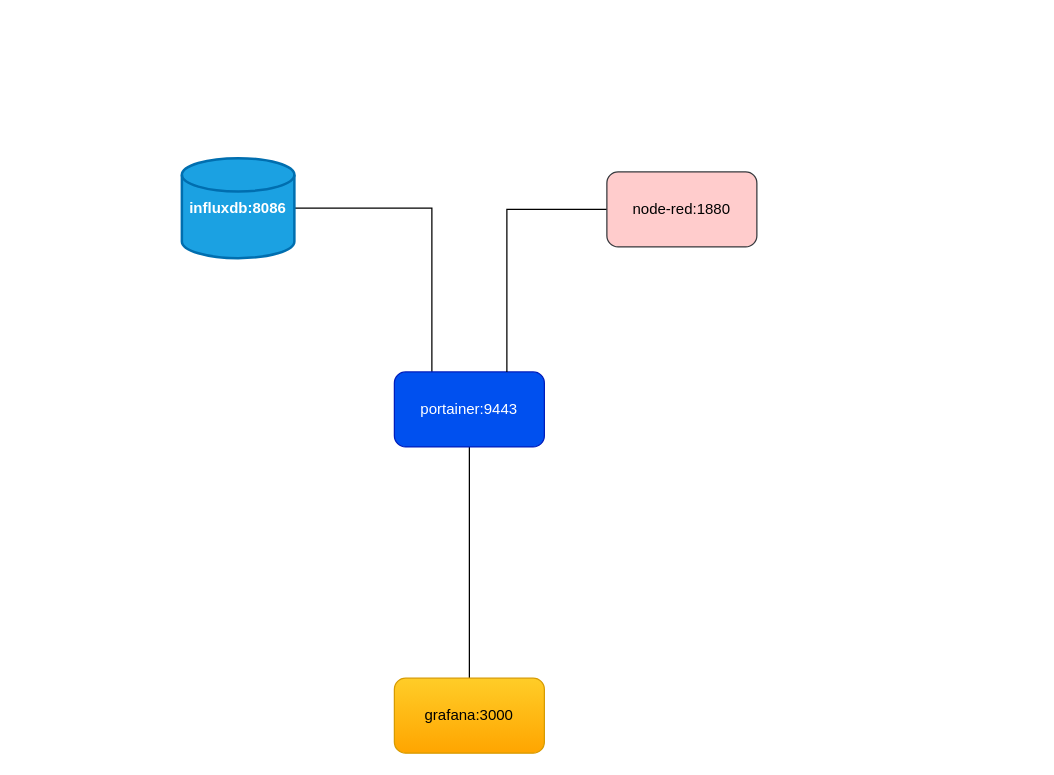
Earlier version of the draw.io diagram Unbenanntes Diagramm.drawio (ffworker/node-red-docker). Source tidied: cells renumbered, new cells numbered last; positions are measured from the earlier drawing's top-left corner, leaving out a move shared by most shapes. Both pictures are drawn from the tidied source at 125%, with x=0, y=0 at pixel (181, 158).
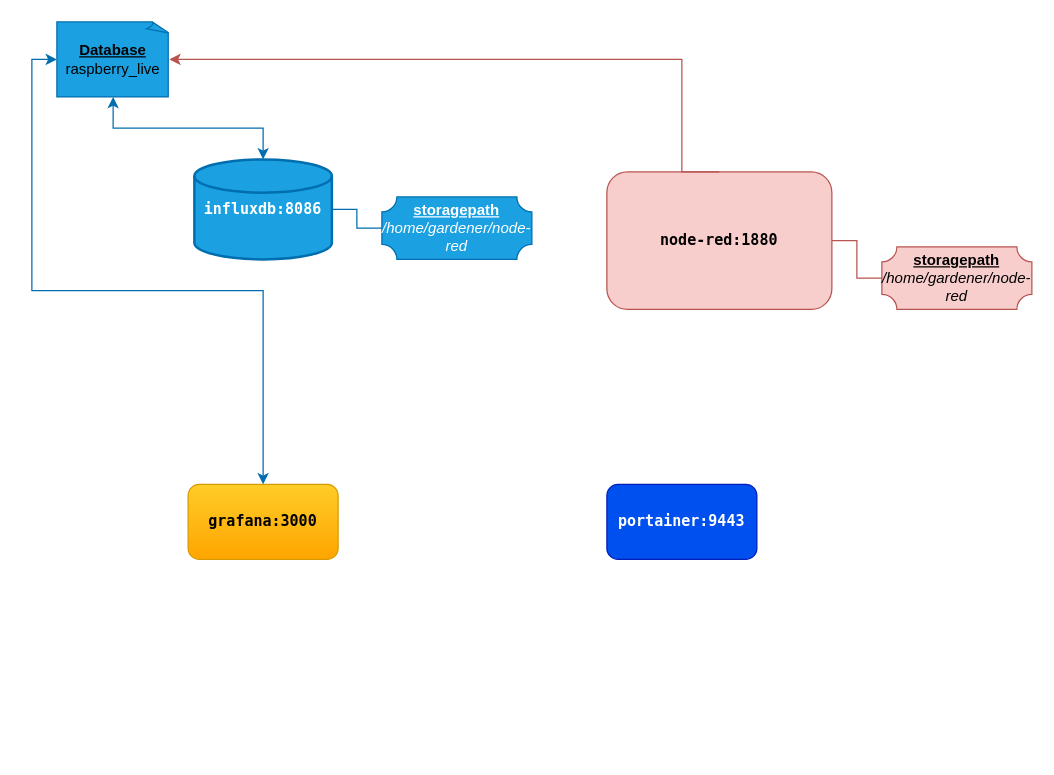
The same page after the edit.

Change to the diagram source:
```diff
@@
 <mxGraphModel>
   <root>
     <mxCell id="0" />
     <mxCell id="1" parent="0" />
-    <mxCell id="2" style="edgeStyle=orthogonalEdgeStyle;rounded=0;jettySize=auto;html=1;exitX=1;exitY=0.5;exitDx=0;exitDy=0;entryX=0.25;entryY=0;entryDx=0;entryDy=0;endArrow=none;endFill=0;exitPerimeter=0;" parent="1" edge="1" source="8" target="5">
-      <mxGeometry relative="1" as="geometry" />
-    </mxCell>
-    <mxCell id="3" style="edgeStyle=orthogonalEdgeStyle;rounded=0;jettySize=auto;html=1;exitX=0.5;exitY=0;exitDx=0;exitDy=0;entryX=0.5;entryY=1;entryDx=0;entryDy=0;endArrow=none;endFill=0;" parent="1" edge="1" source="4" target="5">
-      <mxGeometry relative="1" as="geometry" />
-    </mxCell>
-    <mxCell id="4" value="grafana:3000" style="rounded=1;whiteSpace=wrap;html=1;fillColor=#ffcd28;strokeColor=#d79b00;gradientColor=#ffa500;" parent="1" vertex="1">
-      <mxGeometry x="170" y="416" width="120" height="60" as="geometry" />
+    <mxCell id="4" value="grafana:3000" style="rounded=1;whiteSpace=wrap;html=1;fillColor=#ffcd28;strokeColor=#d79b00;gradientColor=#ffa500;fontStyle=1;fontFamily=Lucida Console;" parent="1" vertex="1">
+      <mxGeometry x="5" y="261" width="120" height="60" as="geometry" />
     </mxCell>
-    <mxCell id="5" value="portainer:9443" style="rounded=1;whiteSpace=wrap;html=1;fillColor=#0050ef;strokeColor=#001DBC;fontColor=#ffffff;" parent="1" vertex="1">
-      <mxGeometry x="170" y="171" width="120" height="60" as="geometry" />
+    <mxCell id="5" value="portainer:9443" style="rounded=1;whiteSpace=wrap;html=1;fillColor=#0050ef;strokeColor=#001DBC;fontColor=#ffffff;fontStyle=1;gradientColor=none;glass=0;shadow=0;labelBorderColor=none;perimeter=rectanglePerimeter;verticalAlign=middle;align=center;horizontal=1;fontFamily=Lucida Console;" parent="1" vertex="1">
+      <mxGeometry x="340" y="261" width="120" height="60" as="geometry" />
     </mxCell>
-    <mxCell id="6" style="edgeStyle=orthogonalEdgeStyle;rounded=0;jettySize=auto;html=1;exitX=0;exitY=0.5;exitDx=0;exitDy=0;entryX=0.75;entryY=0;entryDx=0;entryDy=0;endArrow=none;endFill=0;" parent="1" edge="1" source="7" target="5">
-      <mxGeometry relative="1" as="geometry" />
-    </mxCell>
-    <mxCell id="7" value="node-red:1880" style="rounded=1;whiteSpace=wrap;html=1;fillColor=#ffcccc;strokeColor=#36393d;" parent="1" vertex="1">
-      <mxGeometry x="340" y="11" width="120" height="60" as="geometry" />
+    <mxCell id="7" value="node-red:1880" style="rounded=1;whiteSpace=wrap;html=1;fontStyle=1;fontFamily=Lucida Console;fillColor=#f8cecc;strokeColor=#b85450;" parent="1" vertex="1">
+      <mxGeometry x="340" y="11" width="180" height="110" as="geometry" />
     </mxCell>
-    <mxCell id="8" value="influxdb:8086" style="strokeWidth=2;html=1;shape=mxgraph.flowchart.database;whiteSpace=wrap;fillColor=#1ba1e2;strokeColor=#006EAF;fontColor=#ffffff;fontStyle=1;" parent="1" vertex="1">
-      <mxGeometry width="90" height="80" as="geometry" />
+    <mxCell id="8" value="influxdb:8086" style="strokeWidth=2;html=1;shape=mxgraph.flowchart.database;whiteSpace=wrap;fillColor=#1ba1e2;strokeColor=#006EAF;fontColor=#ffffff;fontStyle=1;fontFamily=Lucida Console;" parent="1" vertex="1">
+      <mxGeometry x="10" y="1" width="110" height="80" as="geometry" />
     </mxCell>
+    <mxCell id="9" style="edgeStyle=orthogonalEdgeStyle;rounded=0;jettySize=auto;html=1;exitX=0.5;exitY=0;exitDx=0;exitDy=0;strokeColor=#b85450;entryX=1;entryY=0.5;entryDx=0;entryDy=0;entryPerimeter=0;fillColor=#f8cecc;" parent="1" edge="1" source="7" target="11">
+      <mxGeometry relative="1" as="geometry">
+        <Array as="points">
+          <mxPoint x="400" y="-79" />
+        </Array>
+      </mxGeometry>
+    </mxCell>
+    <mxCell id="10" style="edgeStyle=orthogonalEdgeStyle;rounded=0;jettySize=auto;html=1;exitX=0;exitY=0.5;exitDx=0;exitDy=0;exitPerimeter=0;entryX=0.5;entryY=0;entryDx=0;entryDy=0;fillColor=#1ba1e2;strokeColor=#006EAF;startArrow=classic;startFill=1;" parent="1" edge="1" source="11" target="4">
+      <mxGeometry relative="1" as="geometry" />
+    </mxCell>
+    <mxCell id="11" value="&lt;b&gt;&lt;u&gt;Database&lt;/u&gt;&lt;/b&gt;&lt;div&gt;raspberry_live&lt;/div&gt;" style="whiteSpace=wrap;html=1;shape=mxgraph.basic.document;fillColor=#1ba1e2;fontColor=#000000;strokeColor=#006EAF;" parent="1" vertex="1">
+      <mxGeometry x="-100" y="-109" width="90" height="60" as="geometry" />
+    </mxCell>
+    <mxCell id="12" style="edgeStyle=orthogonalEdgeStyle;rounded=0;jettySize=auto;html=1;exitX=0.5;exitY=1;exitDx=0;exitDy=0;exitPerimeter=0;entryX=0.5;entryY=0;entryDx=0;entryDy=0;entryPerimeter=0;endArrow=classic;endFill=1;fillColor=#1ba1e2;strokeColor=#006EAF;startArrow=classic;startFill=1;" parent="1" edge="1" source="11" target="8">
+      <mxGeometry relative="1" as="geometry" />
+    </mxCell>
+    <mxCell id="13" value="&lt;b&gt;&lt;u&gt;storagepath&lt;/u&gt;&lt;/b&gt;&lt;br&gt;&lt;div&gt;&lt;i&gt;/home/gardener/node-red&lt;/i&gt;&lt;/div&gt;" style="verticalLabelPosition=middle;verticalAlign=middle;html=1;shape=mxgraph.basic.plaque;dx=6;whiteSpace=wrap;labelPosition=center;align=center;fillColor=#f8cecc;strokeColor=#b85450;" parent="1" vertex="1">
+      <mxGeometry x="560" y="71" width="120" height="50" as="geometry" />
+    </mxCell>
+    <mxCell id="14" style="edgeStyle=orthogonalEdgeStyle;rounded=0;jettySize=auto;html=1;exitX=1;exitY=0.5;exitDx=0;exitDy=0;entryX=0;entryY=0.5;entryDx=0;entryDy=0;entryPerimeter=0;endArrow=none;endFill=0;fillColor=#f8cecc;strokeColor=#b85450;" parent="1" edge="1" source="7" target="13">
+      <mxGeometry relative="1" as="geometry" />
+    </mxCell>
+    <mxCell id="15" value="&lt;b&gt;&lt;u&gt;storagepath&lt;/u&gt;&lt;/b&gt;&lt;br&gt;&lt;div&gt;&lt;i&gt;/home/gardener/node-red&lt;/i&gt;&lt;/div&gt;" style="verticalLabelPosition=middle;verticalAlign=middle;html=1;shape=mxgraph.basic.plaque;dx=6;whiteSpace=wrap;labelPosition=center;align=center;fillColor=#1ba1e2;strokeColor=#006EAF;fontColor=#ffffff;" parent="1" vertex="1">
+      <mxGeometry x="160" y="31" width="120" height="50" as="geometry" />
+    </mxCell>
+    <mxCell id="16" style="edgeStyle=orthogonalEdgeStyle;rounded=0;jettySize=auto;html=1;exitX=1;exitY=0.5;exitDx=0;exitDy=0;exitPerimeter=0;entryX=0;entryY=0.5;entryDx=0;entryDy=0;entryPerimeter=0;endArrow=none;endFill=0;fillColor=#1ba1e2;strokeColor=#006EAF;" parent="1" edge="1" source="8" target="15">
+      <mxGeometry relative="1" as="geometry" />
+    </mxCell>
   </root>
 </mxGraphModel>
```
